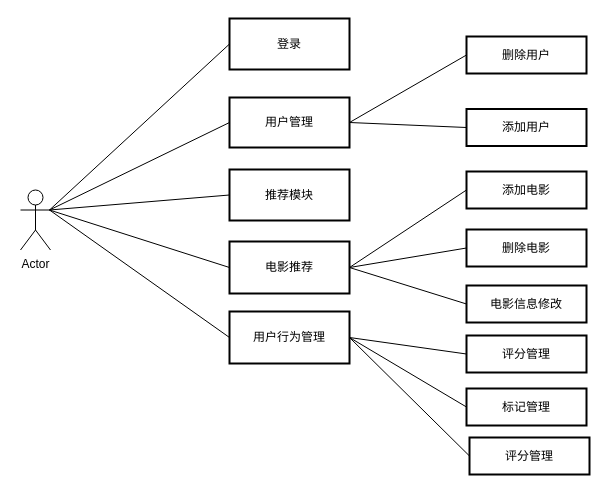
Earlier version of the draw.io diagram page "第 5 页" (5 of 9) of 未命名绘图.drawio (bcxdawn222/Bank). Source tidied: cells renumbered, new cells numbered last; positions are measured from the earlier drawing's top-left corner, leaving out a move shared by most shapes. Both pictures are drawn from the tidied source at 100%, with x=0, y=0 at pixel (20, 18).
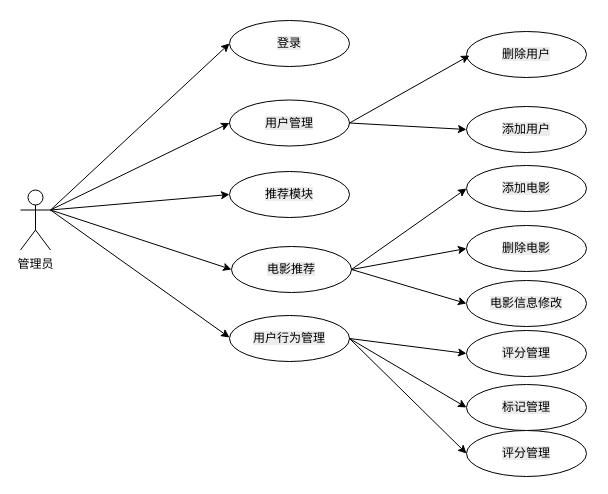
The same diagram, later.

What changed in the source:
```diff
@@
-    <mxCell id="2" style="endArrow=none;html=1;rounded=0;entryX=0;entryY=0.5;entryDx=0;entryDy=0;exitX=1;exitY=0.3333333333333333;exitDx=0;exitDy=0;exitPerimeter=0;strokeWidth=1;" parent="1" edge="1" target="3">
-      <mxGeometry relative="1" as="geometry">
-        <mxPoint x="29" y="191.5" as="sourcePoint" />
-      </mxGeometry>
-    </mxCell>
+    <mxCell id="28" value="&lt;font face=&quot;宋体&quot;&gt;管理员&lt;/font&gt;" style="shape=umlActor;verticalLabelPosition=bottom;verticalAlign=top;html=1;outlineConnect=0;" parent="1" vertex="1">
+      <mxGeometry y="171.5" width="30" height="60" as="geometry" />
+    </mxCell>
-    <mxCell id="3" value="登录" style="rounded=0;whiteSpace=wrap;html=1;strokeWidth=2;fontFamily=宋体;" parent="1" vertex="1">
-      <mxGeometry x="209" width="120" height="51" as="geometry" />
+    <mxCell id="3" value="&lt;span style=&quot;font-family: 宋体; font-size: 12px; background-color: rgb(236, 236, 236);&quot;&gt;登录&lt;/span&gt;" style="ellipse;whiteSpace=wrap;html=1;fontFamily=Helvetica;fontSize=11;fontColor=default;labelBackgroundColor=default;" parent="1" vertex="1">
+      <mxGeometry x="209" y="2" width="120" height="46" as="geometry" />
     </mxCell>
-    <mxCell id="4" style="endArrow=none;html=1;rounded=0;exitX=1;exitY=0.3333333333333333;exitDx=0;exitDy=0;exitPerimeter=0;entryX=0;entryY=0.5;entryDx=0;entryDy=0;strokeWidth=1;" parent="1" edge="1" target="5">
-      <mxGeometry relative="1" as="geometry">
-        <mxPoint x="29" y="191.5" as="sourcePoint" />
-      </mxGeometry>
-    </mxCell>
-    <mxCell id="5" value="用户管理" style="rounded=0;whiteSpace=wrap;html=1;strokeWidth=2;fontFamily=宋体;" parent="1" vertex="1">
-      <mxGeometry x="209" y="79" width="120" height="50" as="geometry" />
+    <mxCell id="5" value="&lt;span style=&quot;font-family: 宋体; font-size: 12px; background-color: rgb(236, 236, 236);&quot;&gt;用户管理&lt;/span&gt;" style="ellipse;whiteSpace=wrap;html=1;fontFamily=Helvetica;fontSize=11;fontColor=default;labelBackgroundColor=default;" parent="1" vertex="1">
+      <mxGeometry x="209" y="81.5" width="120" height="46" as="geometry" />
     </mxCell>
-    <mxCell id="6" value="推荐模块" style="rounded=0;whiteSpace=wrap;html=1;strokeWidth=2;fontFamily=宋体;" parent="1" vertex="1">
-      <mxGeometry x="209" y="151" width="120" height="51" as="geometry" />
+    <mxCell id="6" value="&lt;span style=&quot;font-family: 宋体; font-size: 12px; background-color: rgb(236, 236, 236);&quot;&gt;推荐模块&lt;/span&gt;" style="ellipse;whiteSpace=wrap;html=1;fontFamily=Helvetica;fontSize=11;fontColor=default;labelBackgroundColor=default;" parent="1" vertex="1">
+      <mxGeometry x="209" y="153" width="120" height="46" as="geometry" />
     </mxCell>
+    <mxCell id="29" style="endArrow=classic;html=1;rounded=0;strokeColor=default;align=center;verticalAlign=middle;fontFamily=Helvetica;fontSize=11;fontColor=default;labelBackgroundColor=default;exitX=1;exitY=0.3333333333333333;exitDx=0;exitDy=0;exitPerimeter=0;entryX=0;entryY=0.5;entryDx=0;entryDy=0;" parent="1" edge="1" source="28" target="3">
+      <mxGeometry relative="1" as="geometry" />
+    </mxCell>
+    <mxCell id="30" style="endArrow=classic;html=1;rounded=0;strokeColor=default;align=center;verticalAlign=middle;fontFamily=Helvetica;fontSize=11;fontColor=default;labelBackgroundColor=default;exitX=1;exitY=0.3333333333333333;exitDx=0;exitDy=0;exitPerimeter=0;entryX=0;entryY=0.5;entryDx=0;entryDy=0;" parent="1" edge="1" source="28" target="5">
+      <mxGeometry relative="1" as="geometry" />
+    </mxCell>
+    <mxCell id="31" style="endArrow=classic;html=1;rounded=0;strokeColor=default;align=center;verticalAlign=middle;fontFamily=Helvetica;fontSize=11;fontColor=default;labelBackgroundColor=default;exitX=1;exitY=0.3333333333333333;exitDx=0;exitDy=0;exitPerimeter=0;entryX=0;entryY=0.5;entryDx=0;entryDy=0;" parent="1" edge="1" source="28" target="6">
+      <mxGeometry relative="1" as="geometry" />
+    </mxCell>
+    <mxCell id="32" style="endArrow=classic;html=1;rounded=0;strokeColor=default;align=center;verticalAlign=middle;fontFamily=Helvetica;fontSize=11;fontColor=default;labelBackgroundColor=default;exitX=1;exitY=0.3333333333333333;exitDx=0;exitDy=0;exitPerimeter=0;entryX=0;entryY=0.5;entryDx=0;entryDy=0;" parent="1" edge="1" source="28" target="8">
+      <mxGeometry relative="1" as="geometry" />
+    </mxCell>
+    <mxCell id="8" value="&lt;span style=&quot;font-family: 宋体; font-size: 12px; background-color: rgb(236, 236, 236);&quot;&gt;电影推荐&lt;/span&gt;" style="ellipse;whiteSpace=wrap;html=1;fontFamily=Helvetica;fontSize=11;fontColor=default;labelBackgroundColor=default;" parent="1" vertex="1">
+      <mxGeometry x="211" y="228" width="120" height="46" as="geometry" />
+    </mxCell>
+    <mxCell id="33" style="endArrow=classic;html=1;rounded=0;strokeColor=default;align=center;verticalAlign=middle;fontFamily=Helvetica;fontSize=11;fontColor=default;labelBackgroundColor=default;exitX=1;exitY=0.3333333333333333;exitDx=0;exitDy=0;exitPerimeter=0;entryX=0;entryY=0.5;entryDx=0;entryDy=0;" parent="1" edge="1" source="28">
+      <mxGeometry relative="1" as="geometry">
+        <mxPoint x="209" y="319" as="targetPoint" />
+      </mxGeometry>
+    </mxCell>
-    <mxCell id="7" value="用户行为管理" style="rounded=0;whiteSpace=wrap;html=1;strokeWidth=2;fontFamily=宋体;" parent="1" vertex="1">
-      <mxGeometry x="209" y="293" width="120" height="52" as="geometry" />
+    <mxCell id="7" value="&lt;span style=&quot;font-family: 宋体; font-size: 12px; background-color: rgb(236, 236, 236);&quot;&gt;用户行为管理&lt;/span&gt;" style="ellipse;whiteSpace=wrap;html=1;fontFamily=Helvetica;fontSize=11;fontColor=default;labelBackgroundColor=default;" parent="1" vertex="1">
+      <mxGeometry x="209" y="297" width="120" height="46" as="geometry" />
     </mxCell>
-    <mxCell id="8" value="电影推荐" style="rounded=0;whiteSpace=wrap;html=1;strokeWidth=2;fontFamily=宋体;" parent="1" vertex="1">
-      <mxGeometry x="209" y="223" width="120" height="52" as="geometry" />
-    </mxCell>
+    <mxCell id="12" value="&lt;span style=&quot;font-family: 宋体; font-size: 12px; background-color: rgb(236, 236, 236);&quot;&gt;删除电影&lt;/span&gt;" style="ellipse;whiteSpace=wrap;html=1;fontFamily=Helvetica;fontSize=11;fontColor=default;labelBackgroundColor=default;" parent="1" vertex="1">
+      <mxGeometry x="446" y="207" width="120" height="46" as="geometry" />
+    </mxCell>
+    <mxCell id="11" value="&lt;span style=&quot;font-family: 宋体; font-size: 12px; background-color: rgb(236, 236, 236);&quot;&gt;添加电影&lt;/span&gt;" style="ellipse;whiteSpace=wrap;html=1;fontFamily=Helvetica;fontSize=11;fontColor=default;labelBackgroundColor=default;" parent="1" vertex="1">
+      <mxGeometry x="446" y="147" width="120" height="46" as="geometry" />
+    </mxCell>
+    <mxCell id="10" value="&lt;span style=&quot;font-family: 宋体; font-size: 12px; background-color: rgb(236, 236, 236);&quot;&gt;添加用户&lt;/span&gt;" style="ellipse;whiteSpace=wrap;html=1;fontFamily=Helvetica;fontSize=11;fontColor=default;labelBackgroundColor=default;" parent="1" vertex="1">
+      <mxGeometry x="446" y="88" width="120" height="46" as="geometry" />
+    </mxCell>
-    <mxCell id="9" value="删除用户" style="rounded=0;whiteSpace=wrap;html=1;strokeWidth=2;fontFamily=宋体;" parent="1" vertex="1">
-      <mxGeometry x="446" y="18" width="120" height="37" as="geometry" />
+    <mxCell id="9" value="&lt;span style=&quot;font-family: 宋体; font-size: 12px; background-color: rgb(236, 236, 236);&quot;&gt;删除用户&lt;/span&gt;" style="ellipse;whiteSpace=wrap;html=1;fontFamily=Helvetica;fontSize=11;fontColor=default;labelBackgroundColor=default;" parent="1" vertex="1">
+      <mxGeometry x="446" y="13" width="120" height="46" as="geometry" />
     </mxCell>
-    <mxCell id="10" value="添加用户" style="rounded=0;whiteSpace=wrap;html=1;strokeWidth=2;fontFamily=宋体;" parent="1" vertex="1">
-      <mxGeometry x="446" y="90.5" width="120" height="37" as="geometry" />
-    </mxCell>
-    <mxCell id="11" value="添加电影" style="rounded=0;whiteSpace=wrap;html=1;strokeWidth=2;fontFamily=宋体;" parent="1" vertex="1">
-      <mxGeometry x="446" y="153" width="120" height="37" as="geometry" />
-    </mxCell>
-    <mxCell id="12" value="删除电影" style="rounded=0;whiteSpace=wrap;html=1;strokeWidth=2;fontFamily=宋体;" parent="1" vertex="1">
-      <mxGeometry x="446" y="211" width="120" height="37" as="geometry" />
-    </mxCell>
+    <mxCell id="34" value="&lt;span style=&quot;font-family: 宋体; font-size: 12px; background-color: rgb(236, 236, 236);&quot;&gt;评分管理&lt;/span&gt;" style="ellipse;whiteSpace=wrap;html=1;fontFamily=Helvetica;fontSize=11;fontColor=default;labelBackgroundColor=default;" parent="1" vertex="1">
+      <mxGeometry x="446" y="412" width="120" height="46" as="geometry" />
+    </mxCell>
+    <mxCell id="15" value="&lt;span style=&quot;font-family: 宋体; font-size: 12px; background-color: rgb(236, 236, 236);&quot;&gt;标记管理&lt;/span&gt;" style="ellipse;whiteSpace=wrap;html=1;fontFamily=Helvetica;fontSize=11;fontColor=default;labelBackgroundColor=default;" parent="1" vertex="1">
+      <mxGeometry x="446" y="366" width="120" height="46" as="geometry" />
+    </mxCell>
+    <mxCell id="35" value="&lt;span style=&quot;font-family: 宋体; font-size: 12px; background-color: rgb(236, 236, 236);&quot;&gt;评分管理&lt;/span&gt;" style="ellipse;whiteSpace=wrap;html=1;fontFamily=Helvetica;fontSize=11;fontColor=default;labelBackgroundColor=default;" parent="1" vertex="1">
+      <mxGeometry x="446" y="312" width="120" height="46" as="geometry" />
+    </mxCell>
-    <mxCell id="13" value="电影信息修改" style="rounded=0;whiteSpace=wrap;html=1;strokeWidth=2;fontFamily=宋体;" parent="1" vertex="1">
-      <mxGeometry x="446" y="267" width="120" height="37" as="geometry" />
+    <mxCell id="13" value="&lt;span style=&quot;font-family: 宋体; font-size: 12px; background-color: rgb(236, 236, 236);&quot;&gt;电影信息修改&lt;/span&gt;" style="ellipse;whiteSpace=wrap;html=1;fontFamily=Helvetica;fontSize=11;fontColor=default;labelBackgroundColor=default;" parent="1" vertex="1">
+      <mxGeometry x="446" y="262" width="120" height="46" as="geometry" />
     </mxCell>
-    <mxCell id="14" value="评分管理" style="rounded=0;whiteSpace=wrap;html=1;strokeWidth=2;fontFamily=宋体;" parent="1" vertex="1">
-      <mxGeometry x="446" y="317" width="120" height="37" as="geometry" />
-    </mxCell>
-    <mxCell id="15" value="标记管理" style="rounded=0;whiteSpace=wrap;html=1;strokeWidth=2;fontFamily=宋体;" parent="1" vertex="1">
-      <mxGeometry x="446" y="370" width="120" height="37" as="geometry" />
-    </mxCell>
-    <mxCell id="16" value="评分管理" style="rounded=0;whiteSpace=wrap;html=1;strokeWidth=2;fontFamily=宋体;" parent="1" vertex="1">
-      <mxGeometry x="449" y="419" width="120" height="37" as="geometry" />
-    </mxCell>
-    <mxCell id="17" style="endArrow=none;html=1;rounded=0;exitX=1;exitY=0.3333333333333333;exitDx=0;exitDy=0;exitPerimeter=0;entryX=0;entryY=0.5;entryDx=0;entryDy=0;strokeWidth=1;" parent="1" edge="1" target="6">
-      <mxGeometry relative="1" as="geometry">
-        <mxPoint x="29" y="191.5" as="sourcePoint" />
-      </mxGeometry>
-    </mxCell>
-    <mxCell id="18" style="endArrow=none;html=1;rounded=0;exitX=1;exitY=0.3333333333333333;exitDx=0;exitDy=0;exitPerimeter=0;entryX=0;entryY=0.5;entryDx=0;entryDy=0;strokeWidth=1;" parent="1" edge="1" target="8">
-      <mxGeometry relative="1" as="geometry">
-        <mxPoint x="29" y="191.5" as="sourcePoint" />
-      </mxGeometry>
-    </mxCell>
-    <mxCell id="19" style="endArrow=none;html=1;rounded=0;entryX=0;entryY=0.5;entryDx=0;entryDy=0;exitX=1;exitY=0.3333333333333333;exitDx=0;exitDy=0;exitPerimeter=0;strokeWidth=1;" parent="1" edge="1" target="7">
-      <mxGeometry relative="1" as="geometry">
-        <mxPoint x="29" y="191.5" as="sourcePoint" />
-      </mxGeometry>
-    </mxCell>
-    <mxCell id="20" style="endArrow=none;html=1;rounded=0;exitX=1;exitY=0.5;exitDx=0;exitDy=0;entryX=0;entryY=0.5;entryDx=0;entryDy=0;strokeWidth=1;fontFamily=宋体;" parent="1" edge="1" source="5" target="9">
-      <mxGeometry relative="1" as="geometry" />
-    </mxCell>
+    <mxCell id="36" style="edgeStyle=none;shape=connector;rounded=0;orthogonalLoop=1;jettySize=auto;html=1;exitX=0;exitY=0;exitDx=0;exitDy=0;strokeColor=default;align=center;verticalAlign=middle;fontFamily=Helvetica;fontSize=11;fontColor=default;labelBackgroundColor=default;endArrow=none;" parent="1" edge="1" source="11" target="11">
+      <mxGeometry relative="1" as="geometry" />
+    </mxCell>
+    <mxCell id="37" style="endArrow=classic;html=1;rounded=0;strokeColor=default;align=center;verticalAlign=middle;fontFamily=Helvetica;fontSize=11;fontColor=default;labelBackgroundColor=default;exitX=1;exitY=0.5;exitDx=0;exitDy=0;entryX=0;entryY=0.5;entryDx=0;entryDy=0;" parent="1" edge="1" source="5">
+      <mxGeometry relative="1" as="geometry">
+        <mxPoint x="449" y="37" as="targetPoint" />
+      </mxGeometry>
+    </mxCell>
-    <mxCell id="21" style="endArrow=none;html=1;rounded=0;entryX=0;entryY=0.5;entryDx=0;entryDy=0;exitX=1;exitY=0.5;exitDx=0;exitDy=0;strokeWidth=1;fontFamily=宋体;" parent="1" edge="1" source="5" target="10">
+    <mxCell id="21" style="endArrow=classic;html=1;rounded=0;strokeColor=default;align=center;verticalAlign=middle;fontFamily=Helvetica;fontSize=11;fontColor=default;labelBackgroundColor=default;exitX=1;exitY=0.5;exitDx=0;exitDy=0;entryX=0;entryY=0.5;entryDx=0;entryDy=0;" parent="1" edge="1" source="5" target="10">
       <mxGeometry relative="1" as="geometry" />
     </mxCell>
-    <mxCell id="22" style="endArrow=none;html=1;rounded=0;entryX=0;entryY=0.5;entryDx=0;entryDy=0;exitX=1;exitY=0.5;exitDx=0;exitDy=0;strokeWidth=1;fontFamily=宋体;" parent="1" edge="1" source="8" target="11">
+    <mxCell id="22" style="endArrow=classic;html=1;rounded=0;strokeColor=default;align=center;verticalAlign=middle;fontFamily=Helvetica;fontSize=11;fontColor=default;labelBackgroundColor=default;exitX=1;exitY=0.5;exitDx=0;exitDy=0;entryX=0;entryY=0.5;entryDx=0;entryDy=0;" parent="1" edge="1" source="8" target="11">
       <mxGeometry relative="1" as="geometry" />
     </mxCell>
-    <mxCell id="23" style="endArrow=none;html=1;rounded=0;entryX=0;entryY=0.5;entryDx=0;entryDy=0;exitX=1;exitY=0.5;exitDx=0;exitDy=0;strokeWidth=1;fontFamily=宋体;" parent="1" edge="1" source="8" target="12">
+    <mxCell id="23" style="endArrow=classic;html=1;rounded=0;strokeColor=default;align=center;verticalAlign=middle;fontFamily=Helvetica;fontSize=11;fontColor=default;labelBackgroundColor=default;exitX=1;exitY=0.5;exitDx=0;exitDy=0;entryX=0;entryY=0.5;entryDx=0;entryDy=0;" parent="1" edge="1" source="8" target="12">
       <mxGeometry relative="1" as="geometry" />
     </mxCell>
-    <mxCell id="24" style="endArrow=none;html=1;rounded=0;entryX=0;entryY=0.5;entryDx=0;entryDy=0;exitX=1;exitY=0.5;exitDx=0;exitDy=0;strokeWidth=1;fontFamily=宋体;" parent="1" edge="1" source="8" target="13">
+    <mxCell id="24" style="endArrow=classic;html=1;rounded=0;strokeColor=default;align=center;verticalAlign=middle;fontFamily=Helvetica;fontSize=11;fontColor=default;labelBackgroundColor=default;exitX=1;exitY=0.5;exitDx=0;exitDy=0;entryX=0;entryY=0.5;entryDx=0;entryDy=0;" parent="1" edge="1" source="8" target="13">
       <mxGeometry relative="1" as="geometry" />
     </mxCell>
-    <mxCell id="25" style="endArrow=none;html=1;rounded=0;entryX=0;entryY=0.5;entryDx=0;entryDy=0;exitX=1;exitY=0.5;exitDx=0;exitDy=0;strokeWidth=1;fontFamily=宋体;" parent="1" edge="1" source="7" target="14">
-      <mxGeometry relative="1" as="geometry" />
-    </mxCell>
+    <mxCell id="38" style="endArrow=classic;html=1;rounded=0;strokeColor=default;align=center;verticalAlign=middle;fontFamily=Helvetica;fontSize=11;fontColor=default;labelBackgroundColor=default;exitX=1;exitY=0.5;exitDx=0;exitDy=0;entryX=0;entryY=0.5;entryDx=0;entryDy=0;" parent="1" edge="1" source="7" target="35">
+      <mxGeometry relative="1" as="geometry" />
+    </mxCell>
+    <mxCell id="39" style="endArrow=classic;html=1;rounded=0;strokeColor=default;align=center;verticalAlign=middle;fontFamily=Helvetica;fontSize=11;fontColor=default;labelBackgroundColor=default;entryX=0;entryY=0.5;entryDx=0;entryDy=0;exitX=1;exitY=0.5;exitDx=0;exitDy=0;" parent="1" edge="1" source="7" target="34">
+      <mxGeometry relative="1" as="geometry" />
+    </mxCell>
-    <mxCell id="26" style="endArrow=none;html=1;rounded=0;entryX=0;entryY=0.5;entryDx=0;entryDy=0;exitX=1;exitY=0.5;exitDx=0;exitDy=0;strokeWidth=1;fontFamily=宋体;" parent="1" edge="1" source="7" target="15">
+    <mxCell id="26" style="endArrow=classic;html=1;rounded=0;strokeColor=default;align=center;verticalAlign=middle;fontFamily=Helvetica;fontSize=11;fontColor=default;labelBackgroundColor=default;exitX=1;exitY=0.5;exitDx=0;exitDy=0;entryX=0;entryY=0.5;entryDx=0;entryDy=0;" parent="1" edge="1" source="7" target="15">
       <mxGeometry relative="1" as="geometry" />
     </mxCell>
-    <mxCell id="27" style="endArrow=none;html=1;rounded=0;entryX=0;entryY=0.5;entryDx=0;entryDy=0;exitX=1;exitY=0.5;exitDx=0;exitDy=0;strokeWidth=1;fontFamily=宋体;" parent="1" edge="1" source="7" target="16">
-      <mxGeometry relative="1" as="geometry" />
-    </mxCell>
-    <mxCell id="28" value="Actor" style="shape=umlActor;verticalLabelPosition=bottom;verticalAlign=top;html=1;outlineConnect=0;" parent="1" vertex="1">
-      <mxGeometry y="171.5" width="30" height="60" as="geometry" />
-    </mxCell>
```
